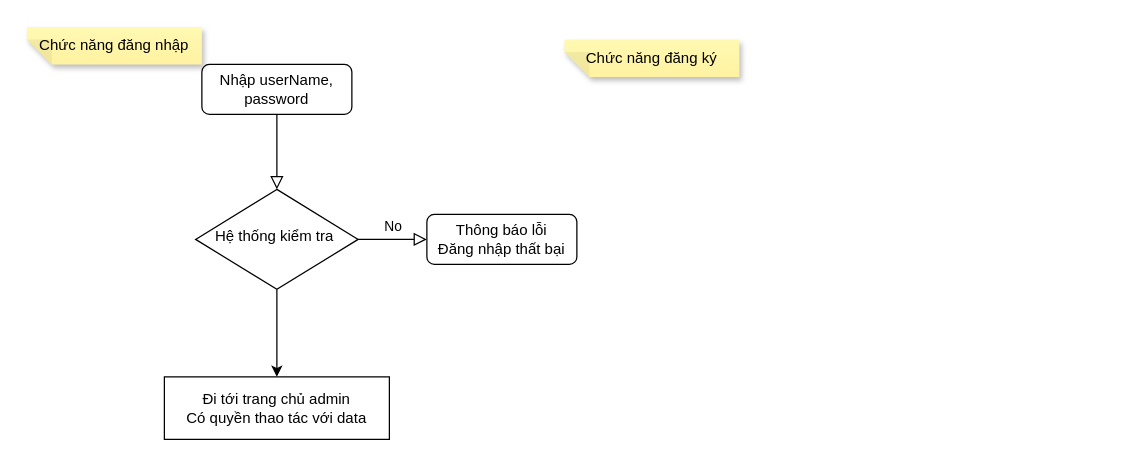
This is page "Page-1" (1 of 2) of Biểu đồ không có tiêu đề.drawio from chien1510i68/diagram_face-recognition, a draw.io file, before an edit. Source tidied: cells renumbered, new cells numbered last; positions are measured from the earlier drawing's top-left corner, leaving out a move shared by most shapes. Both pictures are drawn from the tidied source at 125%, with x=0, y=0 at pixel (26, 26).
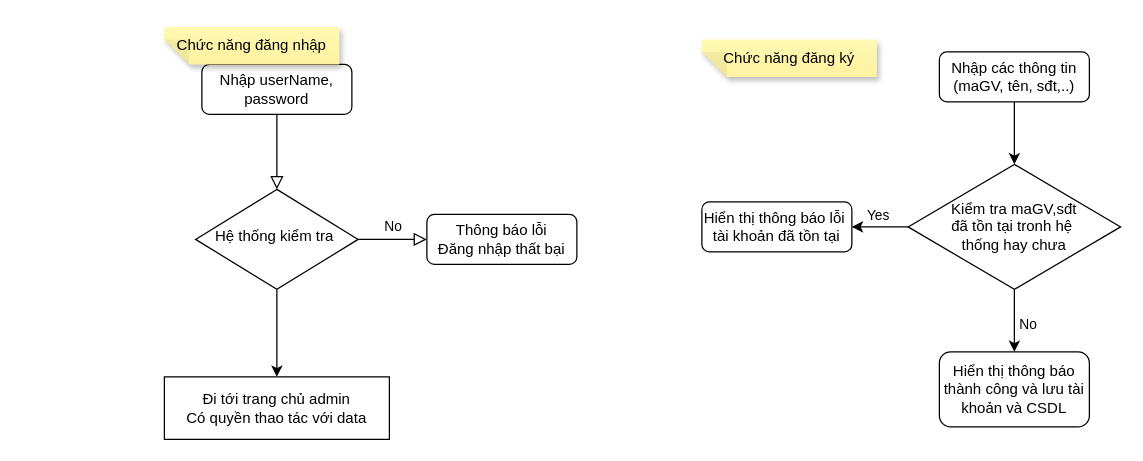
The same page after the edit.

Commit message:
login/logout2

The edit, as a diff of the source:
```diff
@@
     <mxCell id="8" value="Chức năng đăng nhập" style="shape=note;whiteSpace=wrap;html=1;backgroundOutline=1;fontColor=#000000;darkOpacity=0.05;fillColor=#FFF9B2;strokeColor=none;fillStyle=solid;direction=west;gradientDirection=north;gradientColor=#FFF2A1;shadow=1;size=20;" parent="1" vertex="1">
-      <mxGeometry width="140" height="30" as="geometry" />
+      <mxGeometry x="110" width="140" height="30" as="geometry" />
     </mxCell>
@@
     <mxCell id="10" value="Chức năng đăng ký" style="shape=note;whiteSpace=wrap;html=1;backgroundOutline=1;fontColor=#000000;darkOpacity=0.05;fillColor=#FFF9B2;strokeColor=none;fillStyle=solid;direction=west;gradientDirection=north;gradientColor=#FFF2A1;shadow=1;size=20;" parent="1" vertex="1">
-      <mxGeometry x="430" y="10" width="140" height="30" as="geometry" />
+      <mxGeometry x="540" y="10" width="140" height="30" as="geometry" />
     </mxCell>
+    <mxCell id="11" value="Nhập các thông tin (maGV, tên, sđt,..)" style="rounded=1;whiteSpace=wrap;html=1;" parent="1" vertex="1">
+      <mxGeometry x="730" y="20" width="120" height="40" as="geometry" />
+    </mxCell>
+    <mxCell id="12" value="Kiểm tra maGV,sđt&lt;br&gt;đã tồn tại tronh hệ&amp;nbsp;&lt;br&gt;thống hay chưa&lt;br&gt;" style="rhombus;whiteSpace=wrap;html=1;" parent="1" vertex="1">
+      <mxGeometry x="705" y="110" width="170" height="100" as="geometry" />
+    </mxCell>
+    <mxCell id="13" value="Hiển thị thông báo lỗi&amp;nbsp;&lt;br&gt;tài khoản đã tồn tại" style="rounded=1;whiteSpace=wrap;html=1;" parent="1" vertex="1">
+      <mxGeometry x="540" y="140" width="120" height="40" as="geometry" />
+    </mxCell>
+    <mxCell id="14" value="Hiển thị thông báo thành công và lưu tài khoản và CSDL" style="rounded=1;whiteSpace=wrap;html=1;" parent="1" vertex="1">
+      <mxGeometry x="730" y="260" width="120" height="60" as="geometry" />
+    </mxCell>
+    <mxCell id="15" style="endArrow=classic;html=1;rounded=0;exitX=0;exitY=0.5;exitDx=0;exitDy=0;entryX=1;entryY=0.5;entryDx=0;entryDy=0;" parent="1" edge="1" source="12" target="13">
+      <mxGeometry relative="1" as="geometry" />
+    </mxCell>
+    <mxCell id="16" value="Yes" style="edgeLabel;html=1;align=center;verticalAlign=middle;" parent="15" vertex="1">
+      <mxGeometry relative="1" as="geometry">
+        <mxPoint x="-2" y="-10" as="offset" />
+      </mxGeometry>
+    </mxCell>
+    <mxCell id="17" style="endArrow=classic;html=1;rounded=0;exitX=0.5;exitY=1;exitDx=0;exitDy=0;entryX=0.5;entryY=0;entryDx=0;entryDy=0;" parent="1" edge="1" source="12" target="14">
+      <mxGeometry relative="1" as="geometry" />
+    </mxCell>
+    <mxCell id="18" value="No" style="edgeLabel;html=1;align=center;verticalAlign=middle;" parent="17" vertex="1">
+      <mxGeometry x="0.08" y="-1" relative="1" as="geometry">
+        <mxPoint x="11" as="offset" />
+      </mxGeometry>
+    </mxCell>
+    <mxCell id="19" style="endArrow=classic;html=1;rounded=0;exitX=0.5;exitY=1;exitDx=0;exitDy=0;entryX=0.5;entryY=0;entryDx=0;entryDy=0;" parent="1" edge="1" source="11" target="12">
+      <mxGeometry relative="1" as="geometry" />
+    </mxCell>
```
